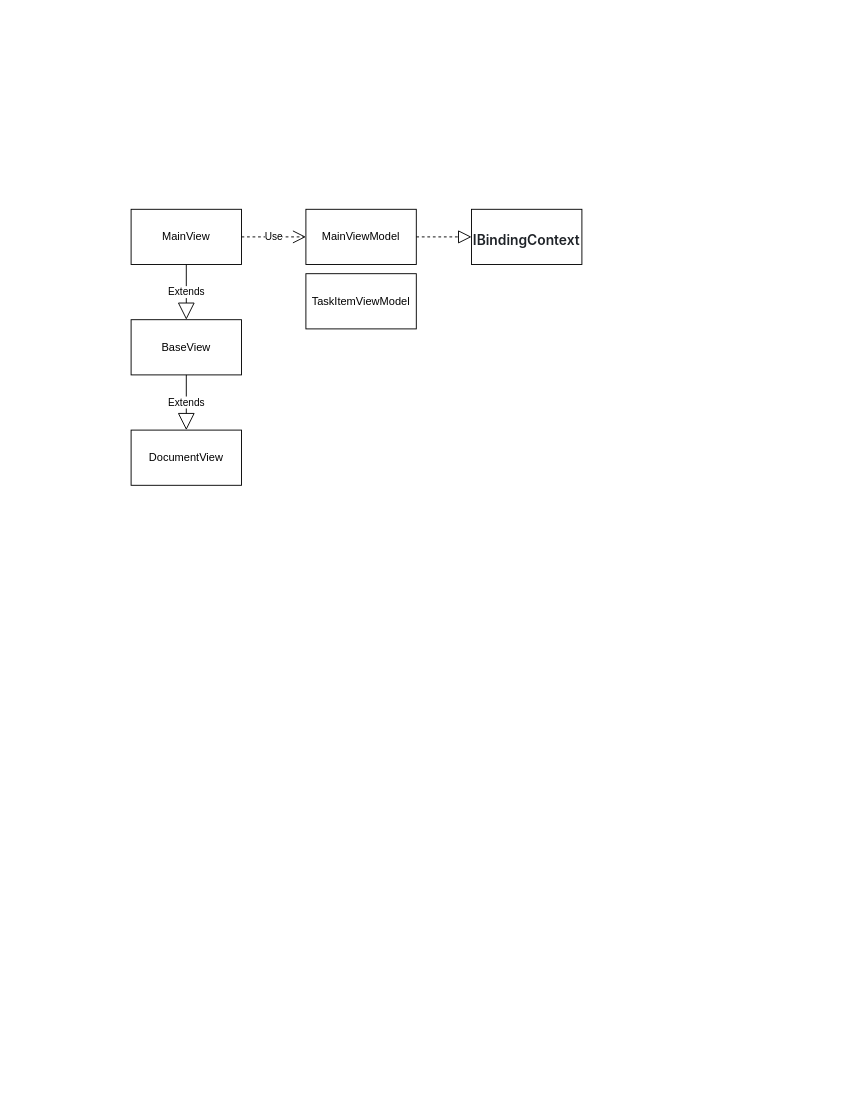
This is uitk.drawio from Owlcean/drawiorecord, a draw.io file, before an edit. Source tidied: cells renumbered, new cells numbered last; positions are measured from the earlier drawing's top-left corner, leaving out a move shared by most shapes. Both pictures are drawn from the tidied source at 92%, with x=0, y=0 at pixel (131, 209).
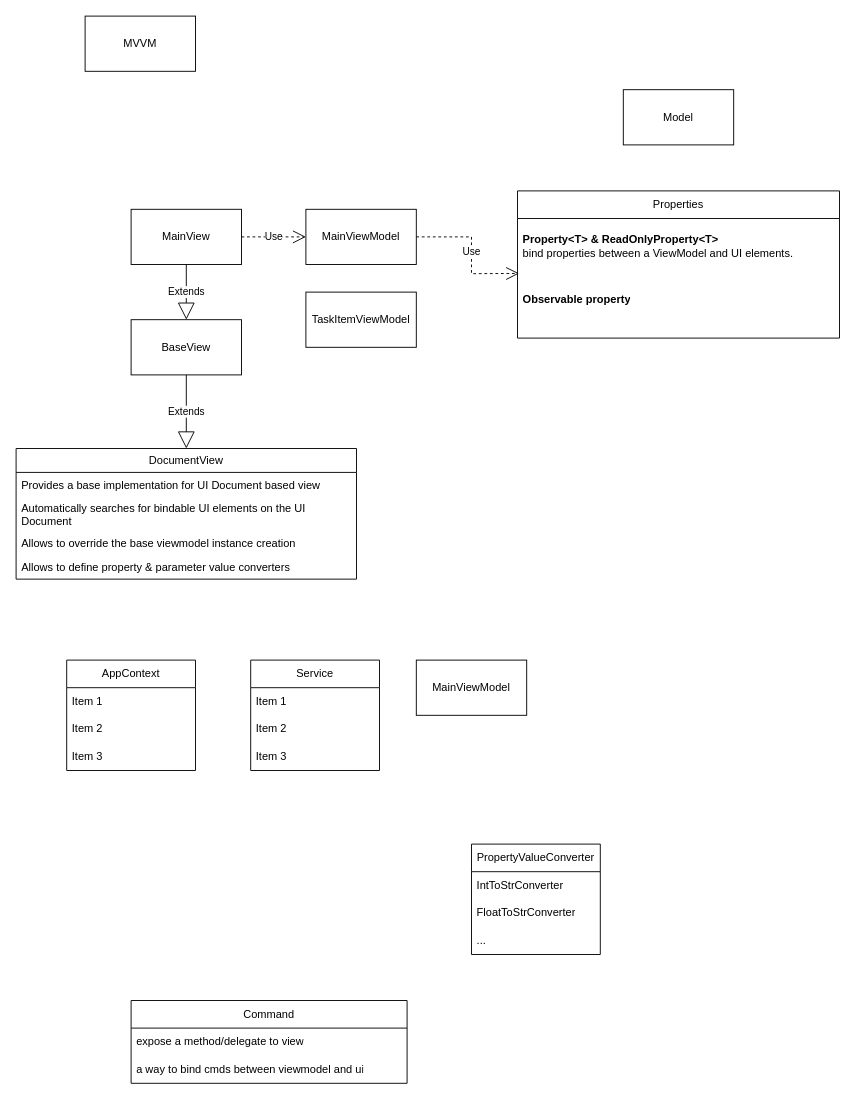
Above is the later version.

The change refers to these unchanged cells:
```xml
<mxCell id="2" value="MainView" style="rounded=0;whiteSpace=wrap;html=1;" parent="1" vertex="1">
  <mxGeometry width="120" height="60" as="geometry" />
</mxCell>
<mxCell id="3" value="MainViewModel" style="rounded=0;whiteSpace=wrap;html=1;" parent="1" vertex="1">
  <mxGeometry x="190" width="120" height="60" as="geometry" />
</mxCell>
<mxCell id="8" value="BaseView" style="rounded=0;whiteSpace=wrap;html=1;" parent="1" vertex="1">
  <mxGeometry y="120" width="120" height="60" as="geometry" />
</mxCell>
```

Change to the diagram source:
```diff
@@
     <mxCell id="4" value="TaskItemViewModel" style="rounded=0;whiteSpace=wrap;html=1;" parent="1" vertex="1">
-      <mxGeometry x="190" y="70" width="120" height="60" as="geometry" />
+      <mxGeometry x="190" y="90" width="120" height="60" as="geometry" />
     </mxCell>
-    <mxCell id="5" value="&lt;h3 style=&quot;box-sizing: border-box; margin-top: 24px; margin-bottom: 16px; font-size: 1.25em; font-weight: var(--base-text-weight-semibold, 600); line-height: 1.25; color: rgb(31, 35, 40); font-family: -apple-system, BlinkMacSystemFont, &amp;quot;Segoe UI&amp;quot;, &amp;quot;Noto Sans&amp;quot;, Helvetica, Arial, sans-serif, &amp;quot;Apple Color Emoji&amp;quot;, &amp;quot;Segoe UI Emoji&amp;quot;; text-align: start; background-color: rgb(255, 255, 255);&quot; dir=&quot;auto&quot; tabindex=&quot;-1&quot;&gt;IBindingContext&lt;/h3&gt;" style="rounded=0;whiteSpace=wrap;html=1;" parent="1" vertex="1">
-      <mxGeometry x="370" width="120" height="60" as="geometry" />
-    </mxCell>
@@
-    <mxCell id="7" style="endArrow=block;dashed=1;endFill=0;endSize=12;html=1;rounded=0;exitX=1;exitY=0.5;exitDx=0;exitDy=0;entryX=0;entryY=0.5;entryDx=0;entryDy=0;" parent="1" edge="1" source="3" target="5">
-      <mxGeometry relative="1" as="geometry" />
-    </mxCell>
@@
+    <mxCell id="10" value="Extends" style="endArrow=block;endSize=16;endFill=0;html=1;rounded=0;exitX=0.5;exitY=1;exitDx=0;exitDy=0;entryX=0.5;entryY=0;entryDx=0;entryDy=0;" parent="1" edge="1" source="2" target="8">
+      <mxGeometry relative="1" as="geometry" />
+    </mxCell>
-    <mxCell id="9" value="DocumentView" style="rounded=0;whiteSpace=wrap;html=1;" parent="1" vertex="1">
-      <mxGeometry y="240" width="120" height="60" as="geometry" />
+    <mxCell id="9" value="DocumentView" style="swimlane;fontStyle=0;horizontal=1;startSize=26;fillColor=none;whiteSpace=wrap;html=1;" parent="1" vertex="1">
+      <mxGeometry x="-125" y="260" width="370" height="142" as="geometry" />
     </mxCell>
-    <mxCell id="10" value="Extends" style="endArrow=block;endSize=16;endFill=0;html=1;rounded=0;exitX=0.5;exitY=1;exitDx=0;exitDy=0;entryX=0.5;entryY=0;entryDx=0;entryDy=0;" parent="1" edge="1" source="2" target="8">
-      <mxGeometry relative="1" as="geometry" />
-    </mxCell>
+    <mxCell id="12" value="Provides a base implementation for UI Document based view" style="text;strokeColor=none;fillColor=none;align=left;verticalAlign=top;spacingLeft=4;spacingRight=4;overflow=hidden;whiteSpace=wrap;html=1;" parent="9" vertex="1">
+      <mxGeometry y="26" width="370" height="26" as="geometry" />
+    </mxCell>
+    <mxCell id="13" value="Automatically searches for bindable UI elements on the UI Document" style="text;strokeColor=none;fillColor=none;align=left;verticalAlign=top;spacingLeft=4;spacingRight=4;overflow=hidden;whiteSpace=wrap;html=1;" parent="9" vertex="1">
+      <mxGeometry y="52" width="370" height="38" as="geometry" />
+    </mxCell>
+    <mxCell id="14" value="Allows to override the base viewmodel instance creation" style="text;strokeColor=none;fillColor=none;align=left;verticalAlign=top;spacingLeft=4;spacingRight=4;overflow=hidden;whiteSpace=wrap;html=1;" parent="9" vertex="1">
+      <mxGeometry y="90" width="370" height="26" as="geometry" />
+    </mxCell>
+    <mxCell id="15" value="Allows to define property &amp;amp; parameter value converters" style="text;strokeColor=none;fillColor=none;align=left;verticalAlign=top;spacingLeft=4;spacingRight=4;overflow=hidden;whiteSpace=wrap;html=1;" parent="9" vertex="1">
+      <mxGeometry y="116" width="370" height="26" as="geometry" />
+    </mxCell>
@@
+    <mxCell id="16" value="Properties" style="swimlane;fontStyle=0;horizontal=1;startSize=30;whiteSpace=wrap;html=1;" parent="1" vertex="1">
+      <mxGeometry x="420" y="-20" width="350" height="160" as="geometry" />
+    </mxCell>
+    <mxCell id="17" value="&lt;b&gt;Property&amp;lt;T&amp;gt; &amp;amp; ReadOnlyProperty&amp;lt;T&amp;gt;&lt;br&gt;&lt;/b&gt;bind properties between a ViewModel and UI elements.&lt;b&gt;&lt;br&gt;&lt;/b&gt;" style="text;strokeColor=none;fillColor=none;align=left;verticalAlign=middle;spacingLeft=4;spacingRight=4;overflow=hidden;points=[[0,0.5],[1,0.5]];portConstraint=eastwest;whiteSpace=wrap;html=1;" parent="16" vertex="1">
+      <mxGeometry y="30" width="350" height="60" as="geometry" />
+    </mxCell>
+    <mxCell id="18" value="&lt;b&gt;Observable property&lt;br&gt;&lt;br&gt;&lt;/b&gt;" style="text;strokeColor=none;fillColor=none;align=left;verticalAlign=middle;spacingLeft=4;spacingRight=4;overflow=hidden;whiteSpace=wrap;html=1;" parent="16" vertex="1">
+      <mxGeometry y="90" width="350" height="70" as="geometry" />
+    </mxCell>
+    <mxCell id="19" value="AppContext" style="swimlane;fontStyle=0;horizontal=1;startSize=30;whiteSpace=wrap;html=1;" parent="1" vertex="1">
+      <mxGeometry x="-70" y="490" width="140" height="120" as="geometry" />
+    </mxCell>
+    <mxCell id="20" value="Item 1" style="text;strokeColor=none;fillColor=none;align=left;verticalAlign=middle;spacingLeft=4;spacingRight=4;overflow=hidden;whiteSpace=wrap;html=1;" parent="19" vertex="1">
+      <mxGeometry y="30" width="140" height="30" as="geometry" />
+    </mxCell>
+    <mxCell id="21" value="Item 2" style="text;strokeColor=none;fillColor=none;align=left;verticalAlign=middle;spacingLeft=4;spacingRight=4;overflow=hidden;whiteSpace=wrap;html=1;" parent="19" vertex="1">
+      <mxGeometry y="60" width="140" height="30" as="geometry" />
+    </mxCell>
+    <mxCell id="22" value="Item 3" style="text;strokeColor=none;fillColor=none;align=left;verticalAlign=middle;spacingLeft=4;spacingRight=4;overflow=hidden;whiteSpace=wrap;html=1;" parent="19" vertex="1">
+      <mxGeometry y="90" width="140" height="30" as="geometry" />
+    </mxCell>
+    <mxCell id="23" value="Service" style="swimlane;fontStyle=0;horizontal=1;startSize=30;whiteSpace=wrap;html=1;" parent="1" vertex="1">
+      <mxGeometry x="130" y="490" width="140" height="120" as="geometry" />
+    </mxCell>
+    <mxCell id="24" value="Item 1" style="text;strokeColor=none;fillColor=none;align=left;verticalAlign=middle;spacingLeft=4;spacingRight=4;overflow=hidden;whiteSpace=wrap;html=1;" parent="23" vertex="1">
+      <mxGeometry y="30" width="140" height="30" as="geometry" />
+    </mxCell>
+    <mxCell id="25" value="Item 2" style="text;strokeColor=none;fillColor=none;align=left;verticalAlign=middle;spacingLeft=4;spacingRight=4;overflow=hidden;whiteSpace=wrap;html=1;" parent="23" vertex="1">
+      <mxGeometry y="60" width="140" height="30" as="geometry" />
+    </mxCell>
+    <mxCell id="26" value="Item 3" style="text;strokeColor=none;fillColor=none;align=left;verticalAlign=middle;spacingLeft=4;spacingRight=4;overflow=hidden;whiteSpace=wrap;html=1;" parent="23" vertex="1">
+      <mxGeometry y="90" width="140" height="30" as="geometry" />
+    </mxCell>
+    <mxCell id="27" value="PropertyValueConverter" style="swimlane;fontStyle=0;horizontal=1;startSize=30;whiteSpace=wrap;html=1;" parent="1" vertex="1">
+      <mxGeometry x="370" y="690" width="140" height="120" as="geometry" />
+    </mxCell>
+    <mxCell id="28" value="IntToStrConverter" style="text;strokeColor=none;fillColor=none;align=left;verticalAlign=middle;spacingLeft=4;spacingRight=4;overflow=hidden;whiteSpace=wrap;html=1;" parent="27" vertex="1">
+      <mxGeometry y="30" width="140" height="30" as="geometry" />
+    </mxCell>
+    <mxCell id="29" value="FloatToStrConverter" style="text;strokeColor=none;fillColor=none;align=left;verticalAlign=middle;spacingLeft=4;spacingRight=4;overflow=hidden;whiteSpace=wrap;html=1;" parent="27" vertex="1">
+      <mxGeometry y="60" width="140" height="30" as="geometry" />
+    </mxCell>
+    <mxCell id="30" value="..." style="text;strokeColor=none;fillColor=none;align=left;verticalAlign=middle;spacingLeft=4;spacingRight=4;overflow=hidden;whiteSpace=wrap;html=1;" parent="27" vertex="1">
+      <mxGeometry y="90" width="140" height="30" as="geometry" />
+    </mxCell>
+    <mxCell id="31" value="Command" style="swimlane;fontStyle=0;horizontal=1;startSize=30;whiteSpace=wrap;html=1;" parent="1" vertex="1">
+      <mxGeometry y="860" width="300" height="90" as="geometry" />
+    </mxCell>
+    <mxCell id="32" value="expose a method/delegate to view" style="text;strokeColor=none;fillColor=none;align=left;verticalAlign=middle;spacingLeft=4;spacingRight=4;overflow=hidden;whiteSpace=wrap;html=1;" parent="31" vertex="1">
+      <mxGeometry y="30" width="300" height="30" as="geometry" />
+    </mxCell>
+    <mxCell id="33" value="a way to bind cmds between viewmodel and ui" style="text;strokeColor=none;fillColor=none;align=left;verticalAlign=middle;spacingLeft=4;spacingRight=4;overflow=hidden;whiteSpace=wrap;html=1;" parent="31" vertex="1">
+      <mxGeometry y="60" width="300" height="30" as="geometry" />
+    </mxCell>
+    <mxCell id="34" value="Use" style="endArrow=open;endSize=12;dashed=1;html=1;rounded=0;exitX=1;exitY=0.5;exitDx=0;exitDy=0;entryX=0.005;entryY=0.995;entryDx=0;entryDy=0;entryPerimeter=0;" parent="1" edge="1" source="3" target="17">
+      <mxGeometry relative="1" as="geometry">
+        <Array as="points">
+          <mxPoint x="370" y="30" />
+          <mxPoint x="370" y="70" />
+        </Array>
+      </mxGeometry>
+    </mxCell>
+    <mxCell id="35" value="MVVM" style="rounded=0;whiteSpace=wrap;html=1;" parent="1" vertex="1">
+      <mxGeometry x="-50" y="-210" width="120" height="60" as="geometry" />
+    </mxCell>
+    <mxCell id="36" value="Model" style="rounded=0;whiteSpace=wrap;html=1;" parent="1" vertex="1">
+      <mxGeometry x="535" y="-130" width="120" height="60" as="geometry" />
+    </mxCell>
+    <mxCell id="37" value="MainViewModel" style="rounded=0;whiteSpace=wrap;html=1;" parent="1" vertex="1">
+      <mxGeometry x="310" y="490" width="120" height="60" as="geometry" />
+    </mxCell>
```
